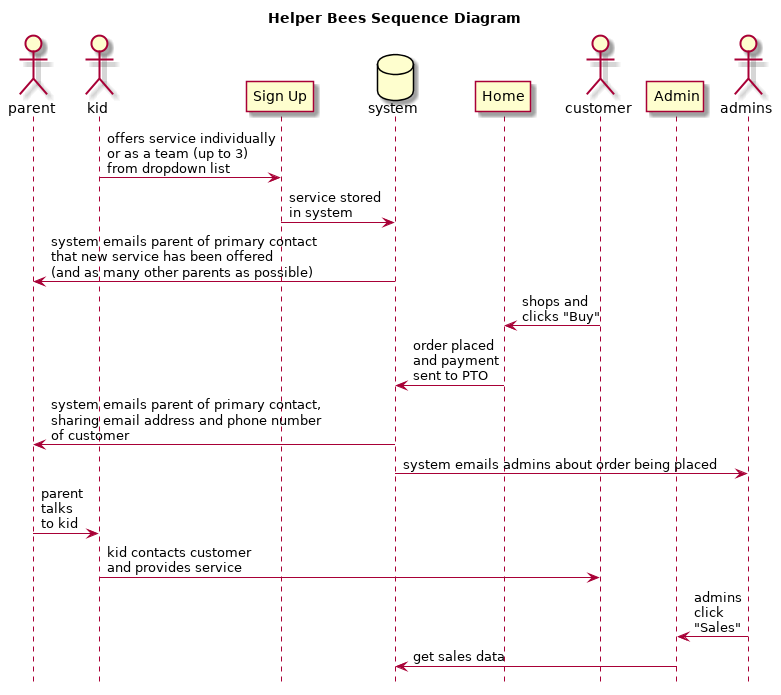
This is docs/sequence.png from CoolidgeCornerSchool/helperbees, a PlantUML export, as it was before one commit. Its diagram source:
```plantuml
@startuml

hide footbox
title Helper Bees Sequence Diagram

actor parent
actor kid
participant "Sign Up"
database system
participant "Home"
kid -> "Sign Up" : offers service individually\nor as a team (up to 3)\nfrom dropdown list
"Sign Up" -> system : service stored\nin system
system -> parent : system emails parent of primary contact\nthat new service has been offered\n(and as many other parents as possible)

actor customer
participant "Admin"
actor admins
customer -> "Home" : shops and\nclicks "Buy"
"Home" -> system : order placed\nand payment\nsent to PTO
system -> parent : system emails parent of primary contact,\nsharing email address and phone number\nof customer
system -> admins : system emails admins about order being placed
parent -> kid : parent\ntalks\nto kid
kid -> customer : kid contacts customer\nand provides service
admins -> "Admin" : admins\nclick\n"Sales"
"Admin" -> system : get sales data

@enduml
```
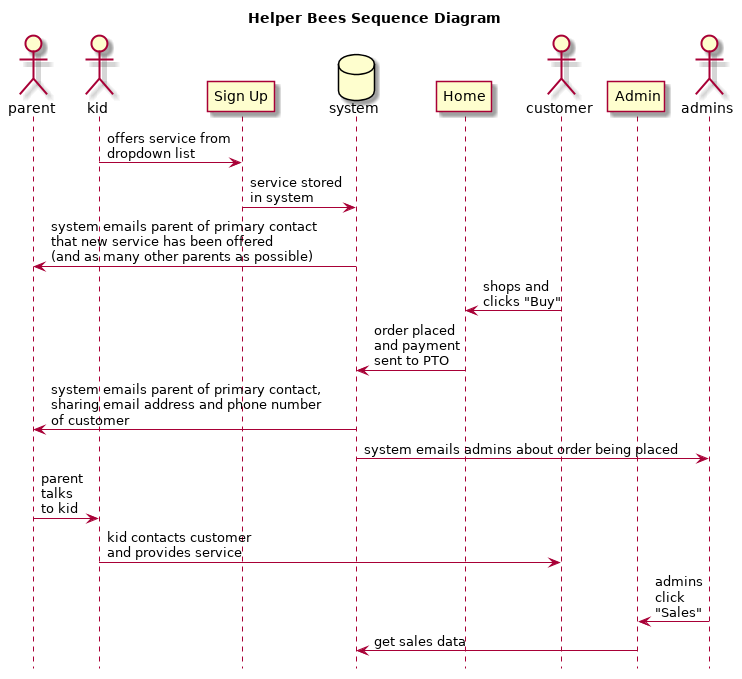
After the commit.

Commit message:
update diagram to reflect teams will not be supported

not yet anyway :)

Diff of the diagram source:
```diff
@@ -8,7 +8,7 @@
 participant "Sign Up"
 database system
 participant "Home"
-kid -> "Sign Up" : offers service individually\nor as a team (up to 3)\nfrom dropdown list
+kid -> "Sign Up" : offers service from\ndropdown list
 "Sign Up" -> system : service stored\nin system
 system -> parent : system emails parent of primary contact\nthat new service has been offered\n(and as many other parents as possible)
 
```
